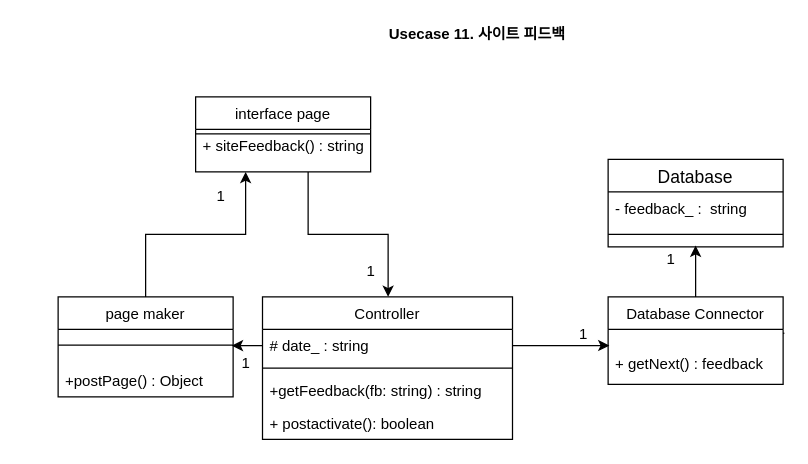
This is doctor/class diagram/UC11.drawio from yhb1834/Smart-Health-Prediction-System, a draw.io file, before an edit. Source tidied: cells renumbered, new cells numbered last; positions are measured from the earlier drawing's top-left corner, leaving out a move shared by most shapes. Both pictures are drawn from the tidied source at 125%, with x=0, y=0 at pixel (58, 21).
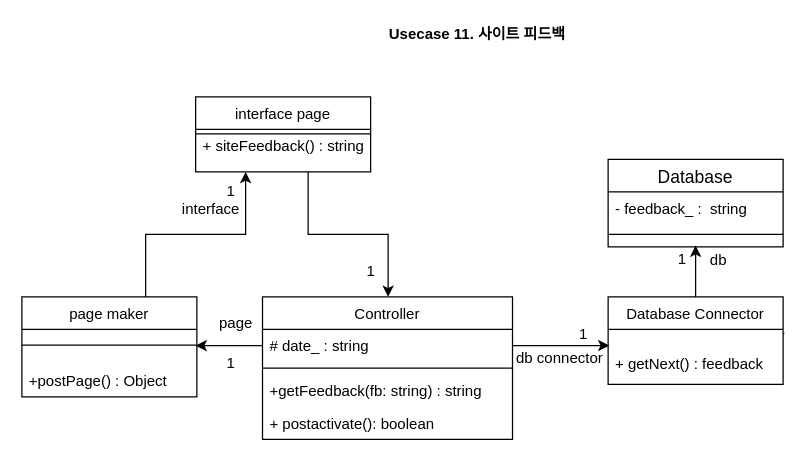
The same diagram, later.

The edit, as a diff of the source:
```diff
@@
     <mxCell id="17" value="page maker" style="swimlane;fontStyle=0;horizontal=1;startSize=26;fillColor=none;" parent="1" vertex="1">
-      <mxGeometry y="220" width="140" height="80" as="geometry" />
+      <mxGeometry x="-29" y="220" width="140" height="80" as="geometry" />
     </mxCell>
@@
     <mxCell id="22" value="&#10;&#10;+postPage() : Object" style="text;strokeColor=none;fillColor=none;align=left;verticalAlign=top;spacingLeft=4;spacingRight=4;overflow=hidden;points=[[0,0.5],[1,0.5]];portConstraint=eastwest;" parent="1" vertex="1">
-      <mxGeometry y="246" width="140" height="54" as="geometry" />
+      <mxGeometry x="-29" y="246" width="140" height="54" as="geometry" />
     </mxCell>
@@
     <mxCell id="25" value="1" style="text;html=1;align=center;verticalAlign=middle;strokeColor=none;" parent="1" vertex="1">
-      <mxGeometry x="140" y="263" width="20" height="20" as="geometry" />
+      <mxGeometry x="128" y="263" width="20" height="20" as="geometry" />
     </mxCell>
@@
     <mxCell id="28" value="1" style="text;html=1;align=center;verticalAlign=middle;strokeColor=none;" parent="1" vertex="1">
-      <mxGeometry x="480" y="180" width="20" height="20" as="geometry" />
+      <mxGeometry x="489" y="180" width="20" height="20" as="geometry" />
     </mxCell>
     <mxCell id="29" value="1" style="text;html=1;align=center;verticalAlign=middle;strokeColor=none;" parent="1" vertex="1">
-      <mxGeometry x="120" y="130" width="20" height="20" as="geometry" />
+      <mxGeometry x="128" y="126" width="20" height="20" as="geometry" />
     </mxCell>
+    <mxCell id="30" value="interface" style="text;html=1;align=center;verticalAlign=middle;strokeColor=none;" parent="1" vertex="1">
+      <mxGeometry x="94" y="141" width="56" height="18" as="geometry" />
+    </mxCell>
+    <mxCell id="31" value="page" style="text;html=1;align=center;verticalAlign=middle;strokeColor=none;" parent="1" vertex="1">
+      <mxGeometry x="123" y="232" width="37" height="18" as="geometry" />
+    </mxCell>
+    <mxCell id="32" value="db connector" style="text;html=1;align=center;verticalAlign=middle;strokeColor=none;" parent="1" vertex="1">
+      <mxGeometry x="361" y="260" width="79" height="18" as="geometry" />
+    </mxCell>
+    <mxCell id="33" value="db" style="text;html=1;align=center;verticalAlign=middle;strokeColor=none;" parent="1" vertex="1">
+      <mxGeometry x="516" y="182" width="23" height="18" as="geometry" />
+    </mxCell>
```
